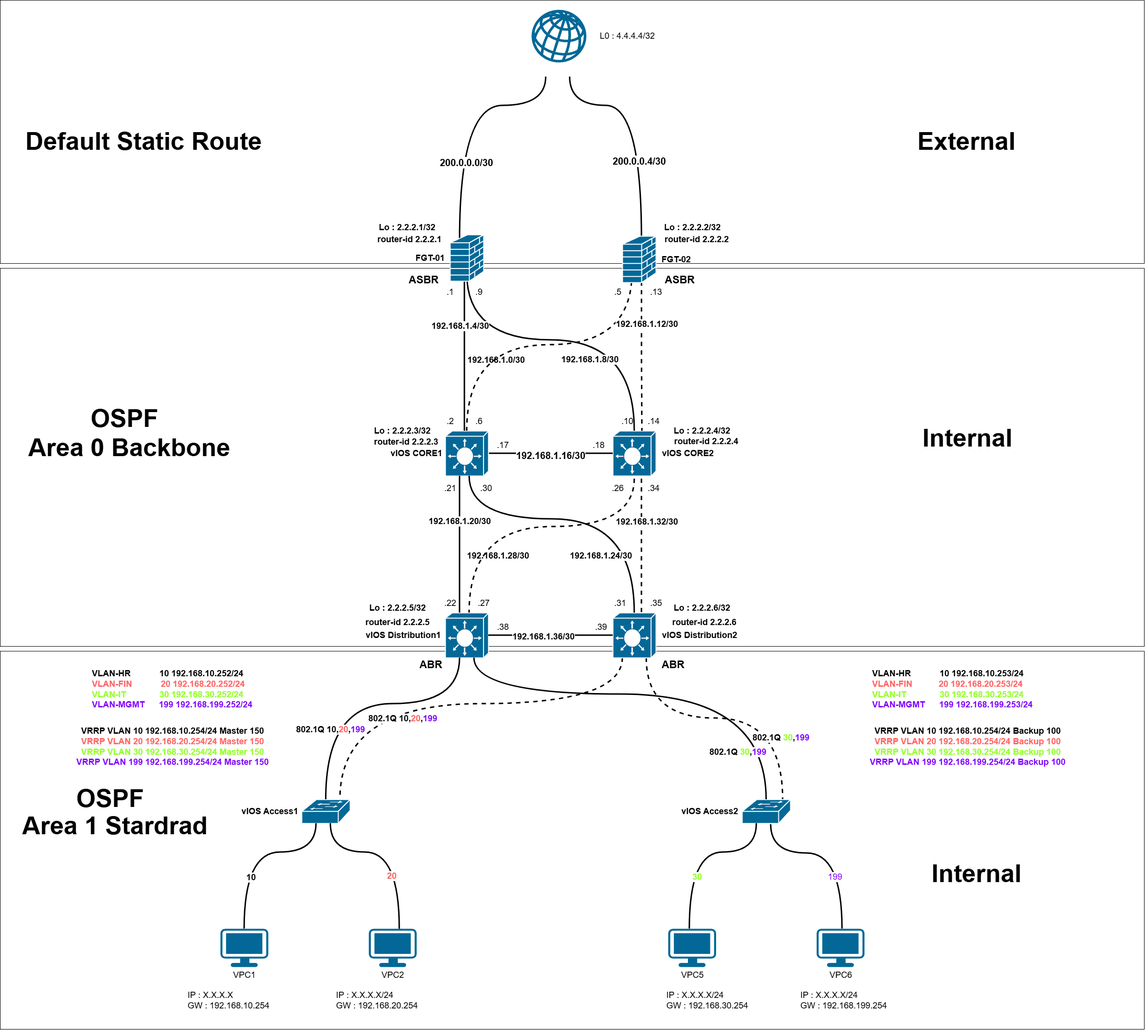
Before: Projects/01 EVE-NG Hierarchical Network Design_Cisco_DHCP/docs/Network Diagram  Hierarchical Network.png, a diagram exported from draw.io (PONDpts07/Portfolio). Source tidied: cells renumbered, new cells last; positions are measured from the earlier drawing's top-left corner, leaving out a move shared by most shapes.
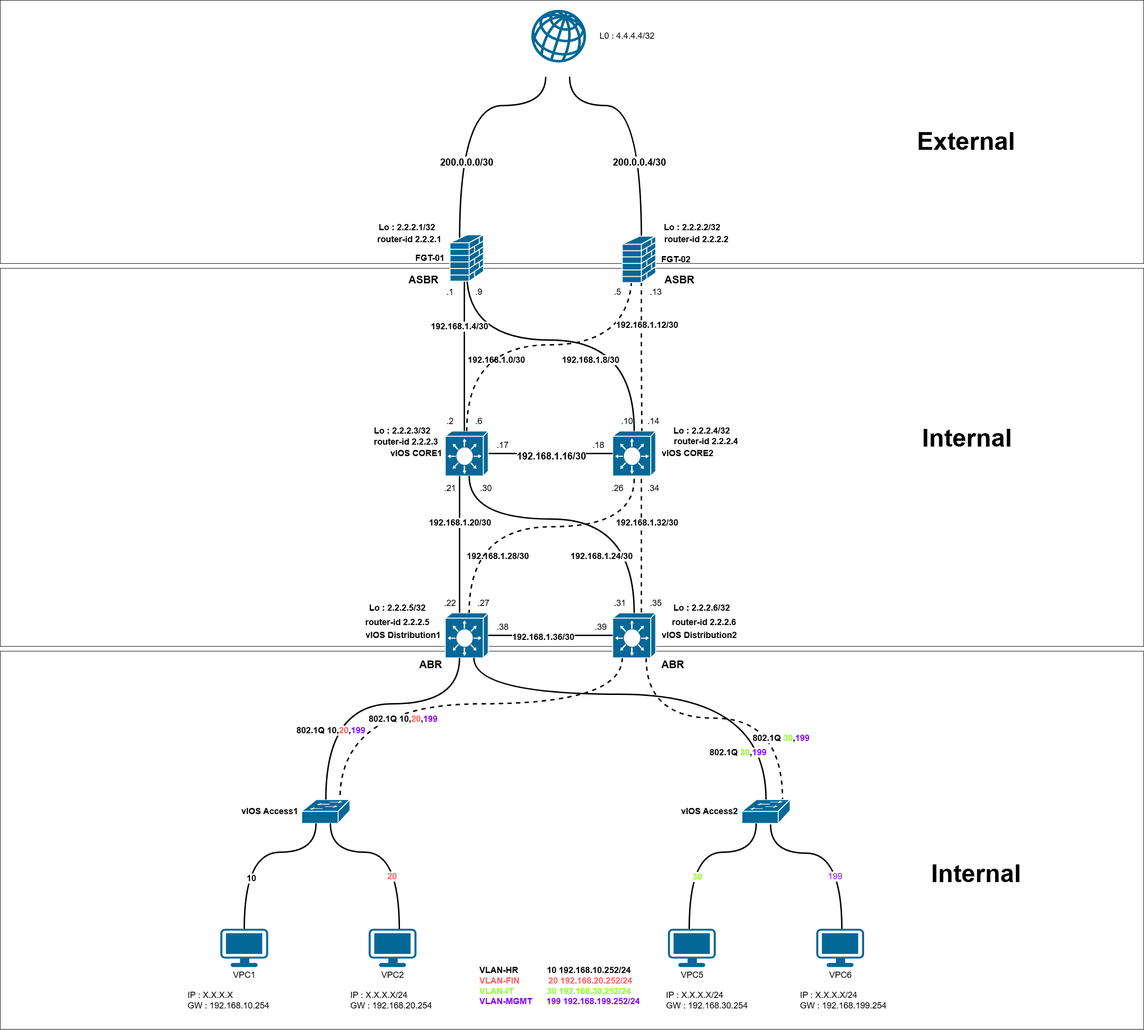
After the commit.

Diff of the diagram source:
```diff
@@ -353,22 +353,13 @@
       <mxGeometry x="1395.5" y="1250" width="140" height="40" as="geometry" />
     </mxCell>
     <mxCell id="77" value="VLAN-HR&amp;nbsp; &amp;nbsp; &amp;nbsp; &amp;nbsp; &amp;nbsp; &amp;nbsp; 10 192.168.10.252/24&lt;div&gt;&lt;font style=&quot;color: rgb(255, 102, 102);&quot;&gt;VLAN-FIN&amp;nbsp; &amp;nbsp; &amp;nbsp; &amp;nbsp; &amp;nbsp; &amp;nbsp; 20 &lt;/font&gt;&lt;font style=&quot;color: rgb(255, 102, 102);&quot;&gt;192.168.20.252&lt;/font&gt;&lt;font style=&quot;color: rgb(255, 102, 102);&quot;&gt;/24&lt;/font&gt;&lt;/div&gt;&lt;div&gt;&lt;span style=&quot;color: rgb(153, 255, 51); background-color: transparent;&quot;&gt;VLAN-IT&amp;nbsp; &amp;nbsp; &amp;nbsp; &amp;nbsp; &amp;nbsp; &amp;nbsp; &amp;nbsp; 30 192.168.30.252/24&lt;/span&gt;&lt;/div&gt;&lt;div style=&quot;&quot;&gt;&lt;font style=&quot;color: rgb(127, 0, 255);&quot;&gt;VLAN-MGMT&amp;nbsp; &amp;nbsp; &amp;nbsp; 199 192.168.199.252/24&lt;/font&gt;&lt;/div&gt;" style="text;html=1;align=left;verticalAlign=middle;strokeColor=none;fillColor=none;fontSize=18;fontStyle=1;" parent="1" vertex="1">
-      <mxGeometry x="190" y="1390" width="360" height="100" as="geometry" />
+      <mxGeometry x="1000" y="2010" width="360" height="100" as="geometry" />
     </mxCell>
-    <mxCell id="78" value="VRRP VLAN 10 192.168.10.254/24 Master 150&lt;div&gt;&lt;font style=&quot;color: rgb(255, 102, 102);&quot;&gt;VRRP VLAN 20 192.168.20.254/24 Master 150&lt;/font&gt;&lt;/div&gt;&lt;div&gt;&lt;span style=&quot;color: rgb(153, 255, 51); background-color: transparent;&quot;&gt;VRRP VLAN 30 192.168.30.254/24 Master 150&lt;/span&gt;&lt;/div&gt;&lt;div&gt;&lt;font style=&quot;color: rgb(127, 0, 255);&quot;&gt;VRRP VLAN 199 192.168.199.254/24 Master 150&lt;/font&gt;&lt;/div&gt;" style="text;html=1;align=center;verticalAlign=middle;strokeColor=none;fillColor=none;fontSize=18;fontStyle=1;" parent="1" vertex="1">
-      <mxGeometry x="150" y="1510" width="420" height="100" as="geometry" />
-    </mxCell>
-    <mxCell id="79" value="VRRP VLAN 10 192.168.10.254/24 Backup 100&lt;div&gt;&lt;font style=&quot;color: rgb(255, 102, 102);&quot;&gt;VRRP VLAN 20 192.168.20.254/24 Backup 100&lt;/font&gt;&lt;/div&gt;&lt;div&gt;&lt;span style=&quot;color: rgb(153, 255, 51); background-color: transparent;&quot;&gt;VRRP VLAN 30 192.168.30.254/24 Backup 100&lt;/span&gt;&lt;/div&gt;&lt;div&gt;&lt;font style=&quot;color: rgb(127, 0, 255);&quot;&gt;VRRP VLAN 199 192.168.199.254/24 Backup 100&lt;/font&gt;&lt;/div&gt;" style="text;html=1;align=center;verticalAlign=middle;strokeColor=none;fillColor=none;fontSize=18;fontStyle=1;" parent="1" vertex="1">
-      <mxGeometry x="1805.5" y="1510" width="430" height="100" as="geometry" />
-    </mxCell>
-    <mxCell id="80" value="VLAN-HR&amp;nbsp; &amp;nbsp; &amp;nbsp; &amp;nbsp; &amp;nbsp; &amp;nbsp; 10 192.168.10.253/24&lt;div&gt;&lt;font style=&quot;color: rgb(255, 102, 102);&quot;&gt;VLAN-FIN&amp;nbsp; &amp;nbsp; &amp;nbsp; &amp;nbsp; &amp;nbsp; &amp;nbsp;20 192.168.20.253/24&lt;/font&gt;&lt;/div&gt;&lt;div&gt;&lt;span style=&quot;color: rgb(153, 255, 51); background-color: transparent;&quot;&gt;VLAN-IT&amp;nbsp; &amp;nbsp; &amp;nbsp; &amp;nbsp; &amp;nbsp; &amp;nbsp; &amp;nbsp; 30 192.168.30.253/24&lt;/span&gt;&lt;/div&gt;&lt;div style=&quot;&quot;&gt;&lt;font style=&quot;color: rgb(127, 0, 255);&quot;&gt;VLAN-MGMT&amp;nbsp; &amp;nbsp; &amp;nbsp; 199 192.168.199.253/24&lt;/font&gt;&lt;/div&gt;" style="text;html=1;align=left;verticalAlign=middle;strokeColor=none;fillColor=none;fontSize=18;fontStyle=1;" parent="1" vertex="1">
-      <mxGeometry x="1820" y="1390" width="360" height="100" as="geometry" />
-    </mxCell>
     <mxCell id="81" value="IP : X.X.X.X&lt;div&gt;GW : 192.168.10.254&lt;/div&gt;" style="text;html=1;align=left;verticalAlign=middle;strokeColor=none;fillColor=none;fontSize=18;" parent="1" vertex="1">
       <mxGeometry x="390" y="2060" width="190" height="60" as="geometry" />
     </mxCell>
     <mxCell id="82" value="IP : X.X.X.X/24&lt;div&gt;GW : 192.168.20.254&lt;/div&gt;" style="text;html=1;align=left;verticalAlign=middle;strokeColor=none;fillColor=none;fontSize=18;" parent="1" vertex="1">
-      <mxGeometry x="700" y="2060" width="190" height="60" as="geometry" />
+      <mxGeometry x="730" y="2060" width="190" height="60" as="geometry" />
     </mxCell>
     <mxCell id="83" value="IP : X.X.X.X/24&lt;div&gt;GW : 192.168.199.254&lt;/div&gt;" style="text;html=1;align=left;verticalAlign=middle;strokeColor=none;fillColor=none;fontSize=18;" parent="1" vertex="1">
       <mxGeometry x="1670" y="2060" width="200" height="60" as="geometry" />
@@ -406,12 +397,6 @@
     <mxCell id="94" value="Internal" style="text;html=1;whiteSpace=wrap;strokeColor=none;fillColor=none;align=center;verticalAlign=middle;rounded=0;fontSize=52;fontStyle=1;" parent="1" vertex="1">
       <mxGeometry x="2010" y="1810" width="60" height="30" as="geometry" />
     </mxCell>
-    <mxCell id="95" value="Area 1 Stardrad" style="text;html=1;whiteSpace=wrap;strokeColor=none;fillColor=none;align=center;verticalAlign=middle;rounded=0;fontSize=52;fontStyle=1;" parent="1" vertex="1">
-      <mxGeometry x="40" y="1710" width="400" height="30" as="geometry" />
-    </mxCell>
-    <mxCell id="96" value="Area 0 Backbone" style="text;html=1;whiteSpace=wrap;strokeColor=none;fillColor=none;align=center;verticalAlign=middle;rounded=0;fontSize=52;fontStyle=1;" parent="1" vertex="1">
-      <mxGeometry x="40" y="920" width="460" height="30" as="geometry" />
-    </mxCell>
     <mxCell id="97" value="ABR" style="text;html=1;whiteSpace=wrap;strokeColor=none;fillColor=none;align=center;verticalAlign=middle;rounded=0;fontSize=22;fontStyle=1;" parent="1" vertex="1">
       <mxGeometry x="870" y="1374" width="60" height="30" as="geometry" />
     </mxCell>
@@ -424,9 +409,6 @@
     <mxCell id="100" value="ASBR" style="text;html=1;whiteSpace=wrap;strokeColor=none;fillColor=none;align=center;verticalAlign=middle;rounded=0;fontSize=22;fontStyle=1;" parent="1" vertex="1">
       <mxGeometry x="1390" y="570" width="60" height="30" as="geometry" />
     </mxCell>
-    <mxCell id="101" value="Default Static Route" style="text;html=1;whiteSpace=wrap;strokeColor=none;fillColor=none;align=center;verticalAlign=middle;rounded=0;fontSize=52;fontStyle=1;" parent="1" vertex="1">
-      <mxGeometry x="40" y="280" width="520" height="30" as="geometry" />
-    </mxCell>
     <mxCell id="102" value="Internal" style="text;html=1;whiteSpace=wrap;strokeColor=none;fillColor=none;align=center;verticalAlign=middle;rounded=0;fontSize=52;fontStyle=1;" parent="1" vertex="1">
       <mxGeometry x="1990.5" y="900" width="60" height="30" as="geometry" />
     </mxCell>
@@ -448,11 +430,5 @@
     <mxCell id="108" value="router-id 2.2.2.1" style="text;html=1;align=center;verticalAlign=middle;strokeColor=none;fillColor=none;fontSize=18;fontStyle=1;" parent="1" vertex="1">
       <mxGeometry x="780" y="480" width="150" height="40" as="geometry" />
     </mxCell>
-    <mxCell id="109" value="OSPF" style="text;html=1;whiteSpace=wrap;strokeColor=none;fillColor=none;align=center;verticalAlign=middle;rounded=0;fontSize=52;fontStyle=1;" parent="1" vertex="1">
-      <mxGeometry x="30" y="859" width="460" height="30" as="geometry" />
-    </mxCell>
-    <mxCell id="110" value="OSPF" style="text;html=1;whiteSpace=wrap;strokeColor=none;fillColor=none;align=center;verticalAlign=middle;rounded=0;fontSize=52;fontStyle=1;" parent="1" vertex="1">
-      <mxGeometry y="1653" width="460" height="30" as="geometry" />
-    </mxCell>
   </root>
 </mxGraphModel>
```
